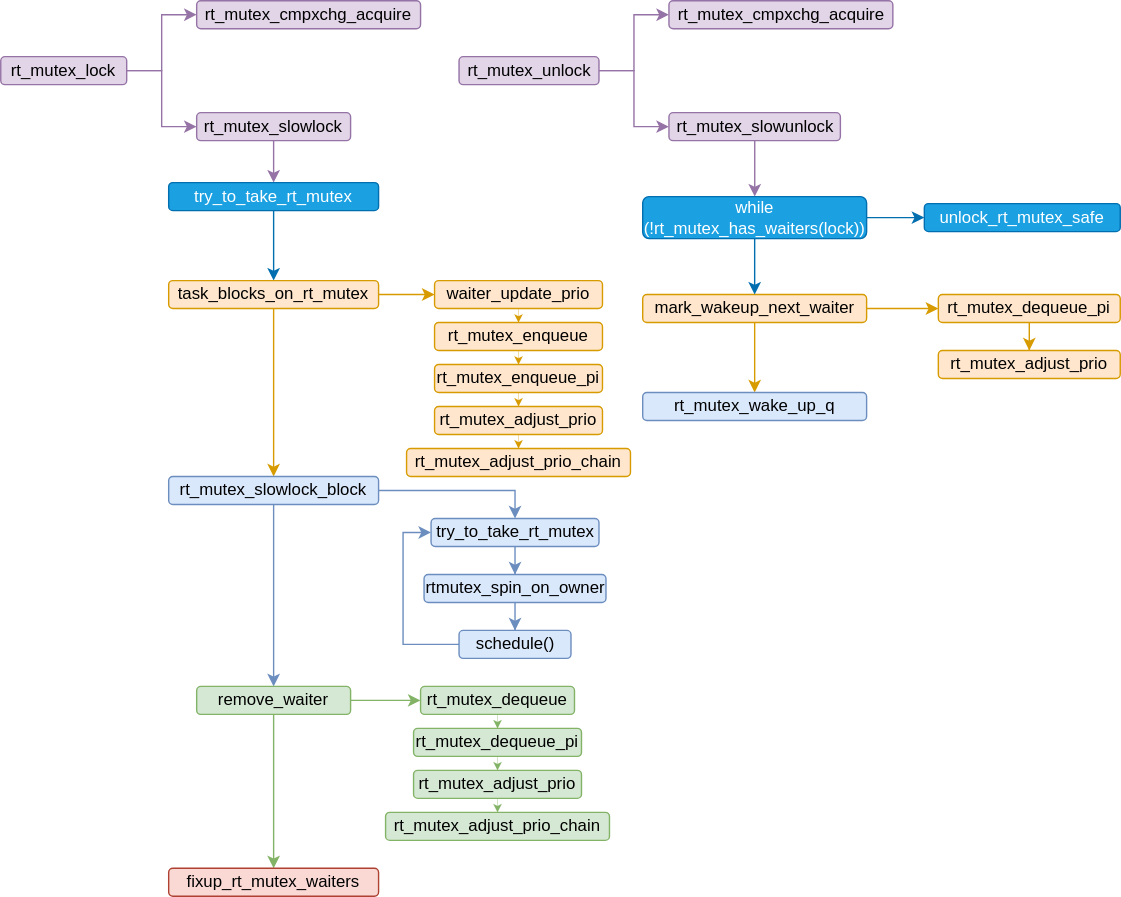
jemmy512/book-notes keeps this draw.io diagram as images/kernel/lock-rt-mutex-flow.svg. Above is the earlier version. Source tidied: cells renumbered, new cells last; positions are measured from the earlier drawing's top-left corner, leaving out a move shared by most shapes. Source of this version:
```xml
<mxGraphModel>
  <root>
    <mxCell id="0" />
    <mxCell id="1" parent="0" />
    <mxCell id="2" style="edgeStyle=orthogonalEdgeStyle;rounded=0;jettySize=auto;html=1;entryX=0;entryY=0.5;entryDx=0;entryDy=0;fillColor=#e1d5e7;strokeColor=#9673a6;" parent="1" edge="1" source="4" target="5">
      <mxGeometry relative="1" as="geometry" />
    </mxCell>
    <mxCell id="3" style="edgeStyle=orthogonalEdgeStyle;rounded=0;jettySize=auto;html=1;entryX=0;entryY=0.5;entryDx=0;entryDy=0;fillColor=#e1d5e7;strokeColor=#9673a6;" parent="1" edge="1" source="4" target="7">
      <mxGeometry relative="1" as="geometry" />
    </mxCell>
    <mxCell id="4" value="rt_mutex_lock" style="rounded=1;whiteSpace=wrap;html=1;fillColor=#e1d5e7;strokeColor=#9673a6;" parent="1" vertex="1">
      <mxGeometry y="40" width="90" height="20" as="geometry" />
    </mxCell>
    <mxCell id="5" value="rt_mutex_cmpxchg_acquire" style="rounded=1;whiteSpace=wrap;html=1;fillColor=#e1d5e7;strokeColor=#9673a6;" parent="1" vertex="1">
      <mxGeometry x="140" width="160" height="20" as="geometry" />
    </mxCell>
    <mxCell id="6" style="edgeStyle=orthogonalEdgeStyle;rounded=0;jettySize=auto;html=1;fillColor=#e1d5e7;strokeColor=#9673a6;" parent="1" edge="1" source="7" target="10">
      <mxGeometry relative="1" as="geometry" />
    </mxCell>
    <mxCell id="7" value="rt_mutex_slowlock" style="rounded=1;whiteSpace=wrap;html=1;fillColor=#e1d5e7;strokeColor=#9673a6;" parent="1" vertex="1">
      <mxGeometry x="140" y="80" width="110" height="20" as="geometry" />
    </mxCell>
    <mxCell id="8" style="edgeStyle=orthogonalEdgeStyle;rounded=0;jettySize=auto;html=1;entryX=0;entryY=0.5;entryDx=0;entryDy=0;exitX=1;exitY=0.5;exitDx=0;exitDy=0;fillColor=#ffe6cc;strokeColor=#d79b00;" parent="1" edge="1" source="12" target="21">
      <mxGeometry relative="1" as="geometry" />
    </mxCell>
    <mxCell id="9" style="edgeStyle=orthogonalEdgeStyle;rounded=0;jettySize=auto;html=1;fillColor=#1ba1e2;strokeColor=#006EAF;" parent="1" edge="1" source="10" target="12">
      <mxGeometry relative="1" as="geometry" />
    </mxCell>
    <mxCell id="10" value="try_to_take_rt_mutex" style="rounded=1;whiteSpace=wrap;html=1;fillColor=#1ba1e2;fontColor=#ffffff;strokeColor=#006EAF;" parent="1" vertex="1">
      <mxGeometry x="120" y="130" width="150" height="20" as="geometry" />
    </mxCell>
    <mxCell id="11" style="edgeStyle=orthogonalEdgeStyle;rounded=0;jettySize=auto;html=1;entryX=0.5;entryY=0;entryDx=0;entryDy=0;fillColor=#ffe6cc;strokeColor=#d79b00;" parent="1" edge="1" source="12" target="15">
      <mxGeometry relative="1" as="geometry" />
    </mxCell>
    <mxCell id="12" value="task_blocks_on_rt_mutex" style="rounded=1;whiteSpace=wrap;html=1;fillColor=#ffe6cc;strokeColor=#d79b00;" parent="1" vertex="1">
      <mxGeometry x="120" y="200" width="150" height="20" as="geometry" />
    </mxCell>
    <mxCell id="13" style="edgeStyle=orthogonalEdgeStyle;rounded=0;jettySize=auto;html=1;fillColor=#dae8fc;strokeColor=#6c8ebf;" parent="1" edge="1" source="15" target="30">
      <mxGeometry relative="1" as="geometry" />
    </mxCell>
    <mxCell id="14" style="edgeStyle=orthogonalEdgeStyle;rounded=0;jettySize=auto;html=1;fillColor=#dae8fc;strokeColor=#6c8ebf;" parent="1" edge="1" source="15" target="18">
      <mxGeometry relative="1" as="geometry" />
    </mxCell>
    <mxCell id="15" value="rt_mutex_slowlock_block" style="rounded=1;whiteSpace=wrap;html=1;fillColor=#dae8fc;strokeColor=#6c8ebf;" parent="1" vertex="1">
      <mxGeometry x="120" y="340" width="150" height="20" as="geometry" />
    </mxCell>
    <mxCell id="16" style="edgeStyle=orthogonalEdgeStyle;rounded=0;jettySize=auto;html=1;entryX=0;entryY=0.5;entryDx=0;entryDy=0;fillColor=#d5e8d4;strokeColor=#82b366;" parent="1" edge="1" source="18" target="36">
      <mxGeometry relative="1" as="geometry" />
    </mxCell>
    <mxCell id="17" style="edgeStyle=orthogonalEdgeStyle;rounded=0;jettySize=auto;html=1;entryX=0.5;entryY=0;entryDx=0;entryDy=0;fillColor=#d5e8d4;strokeColor=#82b366;" parent="1" edge="1" source="18" target="19">
      <mxGeometry relative="1" as="geometry" />
    </mxCell>
    <mxCell id="18" value="remove_waiter" style="rounded=1;whiteSpace=wrap;html=1;fillColor=#d5e8d4;strokeColor=#82b366;" parent="1" vertex="1">
      <mxGeometry x="140" y="490" width="110" height="20" as="geometry" />
    </mxCell>
    <mxCell id="19" value="fixup_rt_mutex_waiters" style="rounded=1;whiteSpace=wrap;html=1;fillColor=#fad9d5;strokeColor=#ae4132;" parent="1" vertex="1">
      <mxGeometry x="120" y="620" width="150" height="20" as="geometry" />
    </mxCell>
    <mxCell id="20" style="edgeStyle=orthogonalEdgeStyle;rounded=0;jettySize=auto;html=1;entryX=0.5;entryY=0;entryDx=0;entryDy=0;strokeWidth=0;fillColor=#ffe6cc;strokeColor=#d79b00;" parent="1" edge="1" source="21" target="23">
      <mxGeometry relative="1" as="geometry" />
    </mxCell>
    <mxCell id="21" value="waiter_update_prio" style="rounded=1;whiteSpace=wrap;html=1;fillColor=#ffe6cc;strokeColor=#d79b00;" parent="1" vertex="1">
      <mxGeometry x="310" y="200" width="120" height="20" as="geometry" />
    </mxCell>
    <mxCell id="22" style="edgeStyle=orthogonalEdgeStyle;rounded=0;jettySize=auto;html=1;strokeWidth=0;fillColor=#ffe6cc;strokeColor=#d79b00;" parent="1" edge="1" source="23" target="25">
      <mxGeometry relative="1" as="geometry" />
    </mxCell>
    <mxCell id="23" value="rt_mutex_enqueue" style="rounded=1;whiteSpace=wrap;html=1;fillColor=#ffe6cc;strokeColor=#d79b00;" parent="1" vertex="1">
      <mxGeometry x="310" y="230" width="120" height="20" as="geometry" />
    </mxCell>
    <mxCell id="24" style="edgeStyle=orthogonalEdgeStyle;rounded=0;jettySize=auto;html=1;strokeWidth=0;fillColor=#ffe6cc;strokeColor=#d79b00;" parent="1" edge="1" source="25" target="27">
      <mxGeometry relative="1" as="geometry" />
    </mxCell>
    <mxCell id="25" value="rt_mutex_enqueue_pi" style="rounded=1;whiteSpace=wrap;html=1;fillColor=#ffe6cc;strokeColor=#d79b00;" parent="1" vertex="1">
      <mxGeometry x="310" y="260" width="120" height="20" as="geometry" />
    </mxCell>
    <mxCell id="26" style="edgeStyle=orthogonalEdgeStyle;rounded=0;jettySize=auto;html=1;entryX=0.5;entryY=0;entryDx=0;entryDy=0;strokeWidth=0;fillColor=#ffe6cc;strokeColor=#d79b00;" parent="1" edge="1" source="27" target="28">
      <mxGeometry relative="1" as="geometry" />
    </mxCell>
    <mxCell id="27" value="rt_mutex_adjust_prio" style="rounded=1;whiteSpace=wrap;html=1;fillColor=#ffe6cc;strokeColor=#d79b00;" parent="1" vertex="1">
      <mxGeometry x="310" y="290" width="120" height="20" as="geometry" />
    </mxCell>
    <mxCell id="28" value="rt_mutex_adjust_prio_chain" style="rounded=1;whiteSpace=wrap;html=1;fillColor=#ffe6cc;strokeColor=#d79b00;" parent="1" vertex="1">
      <mxGeometry x="290" y="320" width="160" height="20" as="geometry" />
    </mxCell>
    <mxCell id="29" style="edgeStyle=orthogonalEdgeStyle;rounded=0;jettySize=auto;html=1;entryX=0.5;entryY=0;entryDx=0;entryDy=0;fillColor=#dae8fc;strokeColor=#6c8ebf;" parent="1" edge="1" source="30" target="32">
      <mxGeometry relative="1" as="geometry" />
    </mxCell>
    <mxCell id="30" value="try_to_take_rt_mutex" style="rounded=1;whiteSpace=wrap;html=1;fillColor=#dae8fc;strokeColor=#6c8ebf;" parent="1" vertex="1">
      <mxGeometry x="307.5" y="370" width="120" height="20" as="geometry" />
    </mxCell>
    <mxCell id="31" style="edgeStyle=orthogonalEdgeStyle;rounded=0;jettySize=auto;html=1;entryX=0.5;entryY=0;entryDx=0;entryDy=0;fillColor=#dae8fc;strokeColor=#6c8ebf;" parent="1" edge="1" source="32" target="34">
      <mxGeometry relative="1" as="geometry" />
    </mxCell>
    <mxCell id="32" value="rtmutex_spin_on_owner" style="rounded=1;whiteSpace=wrap;html=1;fillColor=#dae8fc;strokeColor=#6c8ebf;" parent="1" vertex="1">
      <mxGeometry x="302.5" y="410" width="130" height="20" as="geometry" />
    </mxCell>
    <mxCell id="33" style="edgeStyle=orthogonalEdgeStyle;rounded=0;jettySize=auto;html=1;entryX=0;entryY=0.5;entryDx=0;entryDy=0;fillColor=#dae8fc;strokeColor=#6c8ebf;" parent="1" edge="1" source="34" target="30">
      <mxGeometry relative="1" as="geometry">
        <Array as="points">
          <mxPoint x="287.5" y="460" />
          <mxPoint x="287.5" y="380" />
        </Array>
      </mxGeometry>
    </mxCell>
    <mxCell id="34" value="schedule()" style="rounded=1;whiteSpace=wrap;html=1;fillColor=#dae8fc;strokeColor=#6c8ebf;" parent="1" vertex="1">
      <mxGeometry x="327.5" y="450" width="80" height="20" as="geometry" />
    </mxCell>
    <mxCell id="35" style="edgeStyle=orthogonalEdgeStyle;rounded=0;jettySize=auto;html=1;entryX=0.5;entryY=0;entryDx=0;entryDy=0;strokeWidth=0;fillColor=#d5e8d4;strokeColor=#82b366;" parent="1" edge="1" source="36" target="38">
      <mxGeometry relative="1" as="geometry" />
    </mxCell>
    <mxCell id="36" value="rt_mutex_dequeue" style="rounded=1;whiteSpace=wrap;html=1;fillColor=#d5e8d4;strokeColor=#82b366;" parent="1" vertex="1">
      <mxGeometry x="300" y="490" width="110" height="20" as="geometry" />
    </mxCell>
    <mxCell id="37" style="edgeStyle=orthogonalEdgeStyle;rounded=0;jettySize=auto;html=1;entryX=0.5;entryY=0;entryDx=0;entryDy=0;strokeWidth=0;fillColor=#d5e8d4;strokeColor=#82b366;" parent="1" edge="1" source="38" target="40">
      <mxGeometry relative="1" as="geometry" />
    </mxCell>
    <mxCell id="38" value="rt_mutex_dequeue_pi" style="rounded=1;whiteSpace=wrap;html=1;fillColor=#d5e8d4;strokeColor=#82b366;" parent="1" vertex="1">
      <mxGeometry x="295" y="520" width="120" height="20" as="geometry" />
    </mxCell>
    <mxCell id="39" style="edgeStyle=orthogonalEdgeStyle;rounded=0;jettySize=auto;html=1;strokeWidth=0;fillColor=#d5e8d4;strokeColor=#82b366;" parent="1" edge="1" source="40" target="41">
      <mxGeometry relative="1" as="geometry" />
    </mxCell>
    <mxCell id="40" value="rt_mutex_adjust_prio" style="rounded=1;whiteSpace=wrap;html=1;fillColor=#d5e8d4;strokeColor=#82b366;" parent="1" vertex="1">
      <mxGeometry x="295" y="550" width="120" height="20" as="geometry" />
    </mxCell>
    <mxCell id="41" value="rt_mutex_adjust_prio_chain" style="rounded=1;whiteSpace=wrap;html=1;fillColor=#d5e8d4;strokeColor=#82b366;" parent="1" vertex="1">
      <mxGeometry x="275" y="580" width="160" height="20" as="geometry" />
    </mxCell>
    <mxCell id="42" style="edgeStyle=orthogonalEdgeStyle;rounded=0;jettySize=auto;html=1;entryX=0;entryY=0.5;entryDx=0;entryDy=0;fillColor=#e1d5e7;strokeColor=#9673a6;" parent="1" edge="1" source="44" target="45">
      <mxGeometry relative="1" as="geometry" />
    </mxCell>
    <mxCell id="43" style="edgeStyle=orthogonalEdgeStyle;rounded=0;jettySize=auto;html=1;entryX=0;entryY=0.5;entryDx=0;entryDy=0;fillColor=#e1d5e7;strokeColor=#9673a6;" parent="1" edge="1" source="44" target="47">
      <mxGeometry relative="1" as="geometry" />
    </mxCell>
    <mxCell id="44" value="rt_mutex_unlock" style="rounded=1;whiteSpace=wrap;html=1;fillColor=#e1d5e7;strokeColor=#9673a6;" parent="1" vertex="1">
      <mxGeometry x="327.5" y="40" width="100" height="20" as="geometry" />
    </mxCell>
    <mxCell id="45" value="rt_mutex_cmpxchg_acquire" style="rounded=1;whiteSpace=wrap;html=1;fillColor=#e1d5e7;strokeColor=#9673a6;" parent="1" vertex="1">
      <mxGeometry x="477.5" width="160" height="20" as="geometry" />
    </mxCell>
    <mxCell id="46" style="edgeStyle=orthogonalEdgeStyle;rounded=0;jettySize=auto;html=1;fillColor=#e1d5e7;strokeColor=#9673a6;" parent="1" edge="1" source="47" target="54">
      <mxGeometry relative="1" as="geometry" />
    </mxCell>
    <mxCell id="47" value="rt_mutex_slowunlock" style="rounded=1;whiteSpace=wrap;html=1;fillColor=#e1d5e7;strokeColor=#9673a6;" parent="1" vertex="1">
      <mxGeometry x="477.5" y="80" width="122.5" height="20" as="geometry" />
    </mxCell>
    <mxCell id="48" style="edgeStyle=orthogonalEdgeStyle;rounded=0;jettySize=auto;html=1;fillColor=#ffe6cc;strokeColor=#d79b00;" parent="1" edge="1" source="50" target="51">
      <mxGeometry relative="1" as="geometry" />
    </mxCell>
    <mxCell id="49" style="edgeStyle=orthogonalEdgeStyle;rounded=0;jettySize=auto;html=1;entryX=0;entryY=0.5;entryDx=0;entryDy=0;fillColor=#ffe6cc;strokeColor=#d79b00;" parent="1" edge="1" source="50" target="57">
      <mxGeometry relative="1" as="geometry" />
    </mxCell>
    <mxCell id="50" value="mark_wakeup_next_waiter" style="rounded=1;whiteSpace=wrap;html=1;fillColor=#ffe6cc;strokeColor=#d79b00;" parent="1" vertex="1">
      <mxGeometry x="458.8" y="210" width="160" height="20" as="geometry" />
    </mxCell>
    <mxCell id="51" value="rt_mutex_wake_up_q" style="rounded=1;whiteSpace=wrap;html=1;fillColor=#dae8fc;strokeColor=#6c8ebf;" parent="1" vertex="1">
      <mxGeometry x="458.8" y="280" width="160" height="20" as="geometry" />
    </mxCell>
    <mxCell id="52" style="edgeStyle=orthogonalEdgeStyle;rounded=0;jettySize=auto;html=1;entryX=0.5;entryY=0;entryDx=0;entryDy=0;fillColor=#1ba1e2;strokeColor=#006EAF;" parent="1" edge="1" source="54" target="50">
      <mxGeometry relative="1" as="geometry" />
    </mxCell>
    <mxCell id="53" style="edgeStyle=orthogonalEdgeStyle;rounded=0;jettySize=auto;html=1;entryX=0;entryY=0.5;entryDx=0;entryDy=0;fillColor=#1ba1e2;strokeColor=#006EAF;" parent="1" edge="1" source="54" target="55">
      <mxGeometry relative="1" as="geometry" />
    </mxCell>
    <mxCell id="54" value="while &lt;br&gt;(!rt_mutex_has_waiters(lock))" style="rounded=1;whiteSpace=wrap;html=1;fillColor=#1ba1e2;fontColor=#ffffff;strokeColor=#006EAF;" parent="1" vertex="1">
      <mxGeometry x="458.8" y="140" width="160" height="30" as="geometry" />
    </mxCell>
    <mxCell id="55" value="unlock_rt_mutex_safe" style="rounded=1;whiteSpace=wrap;html=1;fillColor=#1ba1e2;fontColor=#ffffff;strokeColor=#006EAF;" parent="1" vertex="1">
      <mxGeometry x="660" y="145" width="140" height="20" as="geometry" />
    </mxCell>
    <mxCell id="56" style="edgeStyle=orthogonalEdgeStyle;rounded=0;jettySize=auto;html=1;entryX=0.5;entryY=0;entryDx=0;entryDy=0;fillColor=#ffe6cc;strokeColor=#d79b00;" parent="1" edge="1" source="57" target="58">
      <mxGeometry relative="1" as="geometry" />
    </mxCell>
    <mxCell id="57" value="rt_mutex_dequeue_pi" style="rounded=1;whiteSpace=wrap;html=1;fillColor=#ffe6cc;strokeColor=#d79b00;" parent="1" vertex="1">
      <mxGeometry x="670" y="210" width="130" height="20" as="geometry" />
    </mxCell>
    <mxCell id="58" value="rt_mutex_adjust_prio" style="rounded=1;whiteSpace=wrap;html=1;fillColor=#ffe6cc;strokeColor=#d79b00;" parent="1" vertex="1">
      <mxGeometry x="670" y="250" width="130" height="20" as="geometry" />
    </mxCell>
  </root>
</mxGraphModel>
```
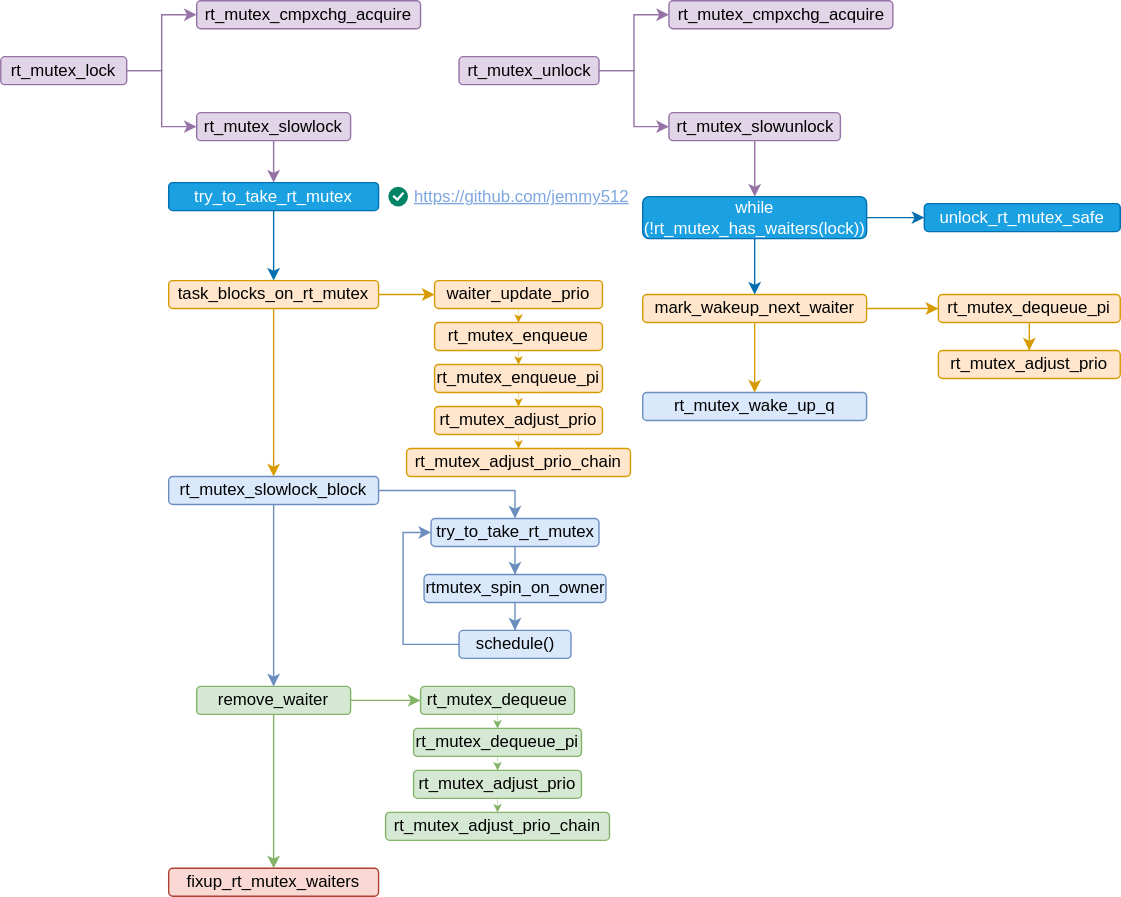
After the commit.

Diff of the diagram source:
```diff
@@ -178,5 +178,11 @@
     <mxCell id="58" value="rt_mutex_adjust_prio" style="rounded=1;whiteSpace=wrap;html=1;fillColor=#ffe6cc;strokeColor=#d79b00;" parent="1" vertex="1">
       <mxGeometry x="670" y="250" width="130" height="20" as="geometry" />
     </mxCell>
+    <mxCell id="59" style="html=1;shadow=0;dashed=0;shape=mxgraph.atlassian.checkbox;fillColor=#008465;strokeColor=none;html=1;sketch=0;fontColor=#7EA6E0;" parent="1" vertex="1">
+      <mxGeometry x="277" y="133" width="14" height="14" as="geometry" />
+    </mxCell>
+    <mxCell id="60" value="https://github.com/jemmy512" style="text;html=1;strokeColor=none;fillColor=none;whiteSpace=wrap;align=center;verticalAlign=middle;fontColor=#7EA6E0;fontStyle=4;" parent="1" vertex="1">
+      <mxGeometry x="287.1" y="120" width="170.9" height="40" as="geometry" />
+    </mxCell>
   </root>
 </mxGraphModel>
```
